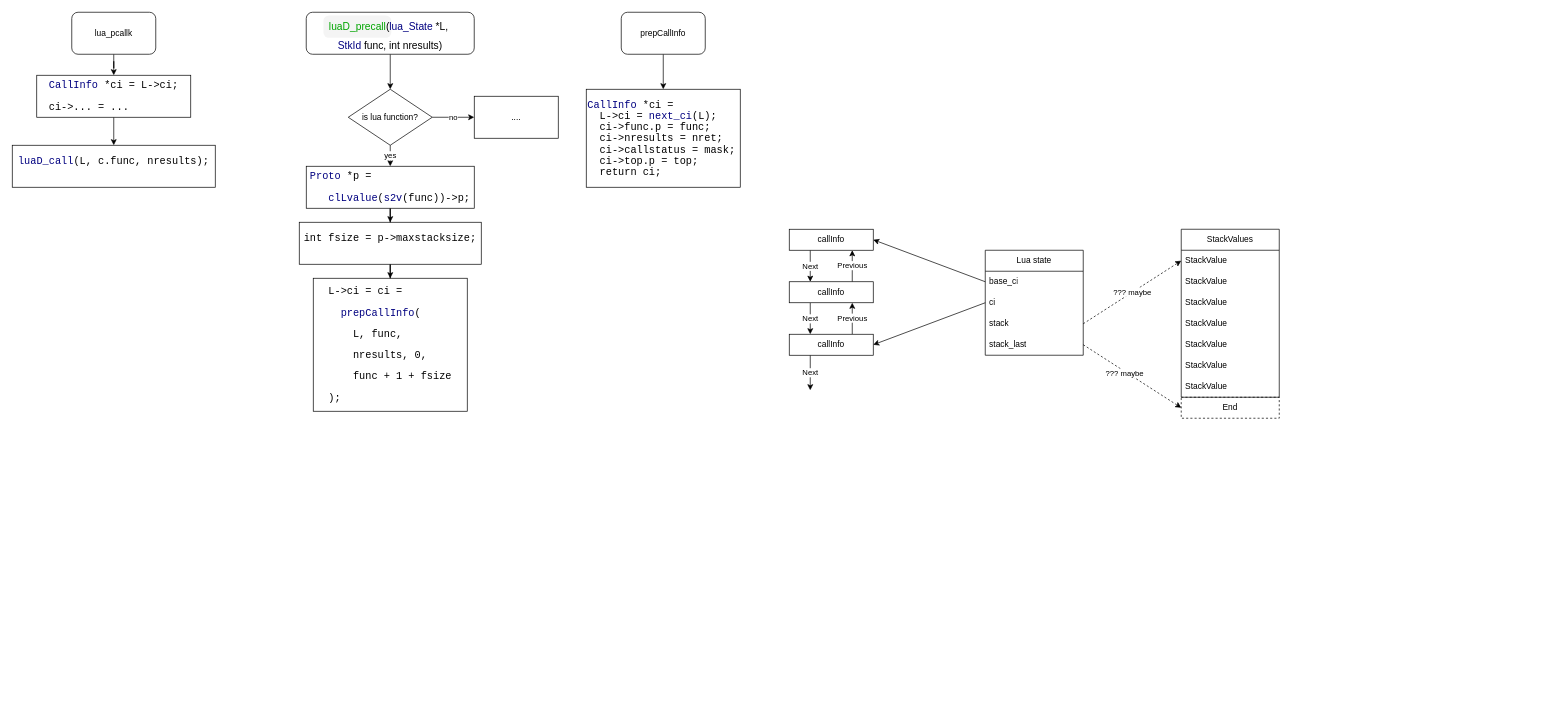
JE-FH/LVM keeps this draw.io diagram as lua-notes.drawio. Above is the earlier version. Source tidied: cells renumbered, new cells numbered last; positions are measured from the earlier drawing's top-left corner, leaving out a move shared by most shapes. Both pictures are drawn from the tidied source at 70%, with x=0, y=0 at pixel (12, 12).
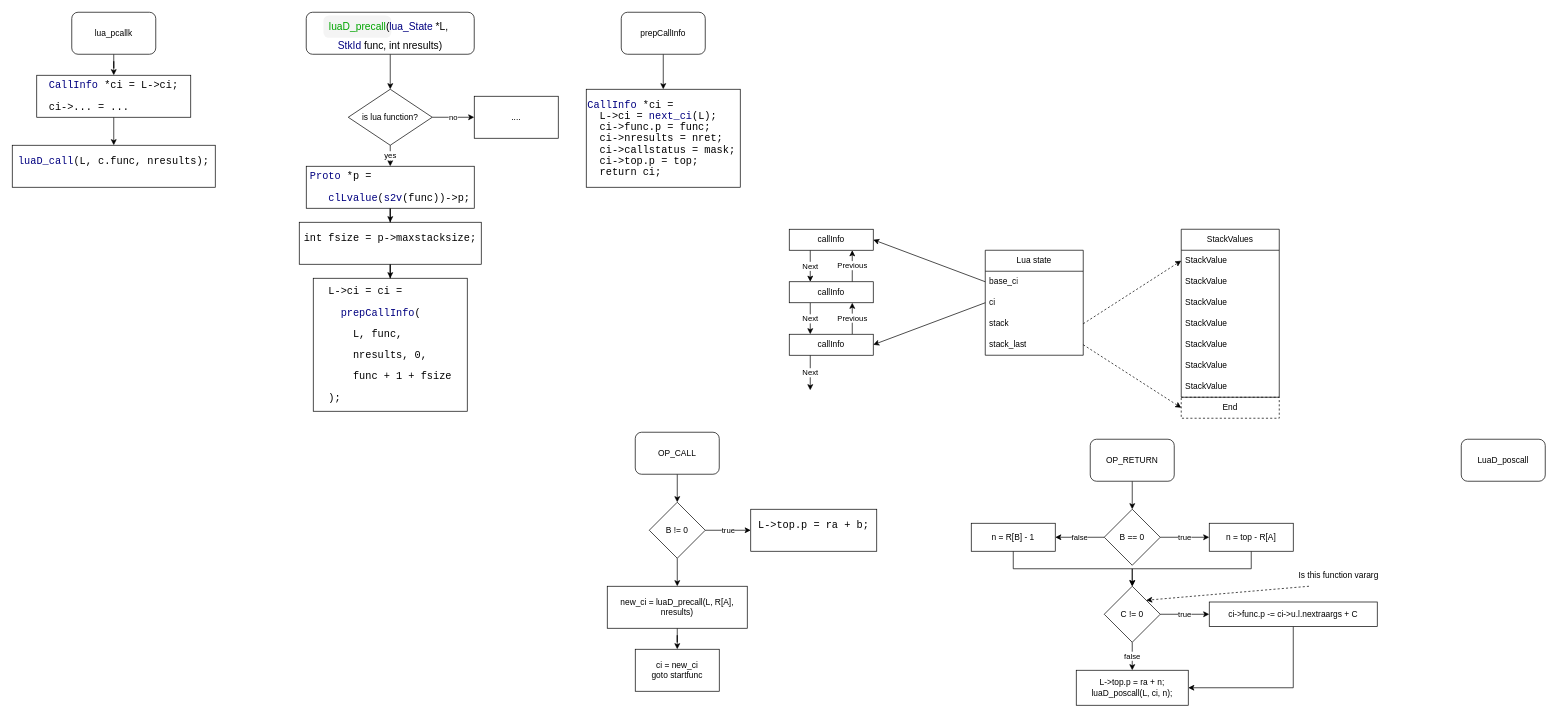
After the change.

Unchanged cells that the change refers to:
```xml
<mxCell id="32" value="stack" style="text;strokeColor=none;fillColor=none;align=left;verticalAlign=middle;spacingLeft=4;spacingRight=4;overflow=hidden;points=[[0,0.5],[1,0.5]];portConstraint=eastwest;whiteSpace=wrap;html=1;" parent="29" vertex="1">
  <mxGeometry y="90" width="140" height="30" as="geometry" />
</mxCell>
<mxCell id="37" value="StackValue" style="text;strokeColor=none;fillColor=none;align=left;verticalAlign=middle;spacingLeft=4;spacingRight=4;overflow=hidden;points=[[0,0.5],[1,0.5]];portConstraint=eastwest;whiteSpace=wrap;html=1;" parent="36" vertex="1">
  <mxGeometry y="30" width="140" height="30" as="geometry" />
</mxCell>
<mxCell id="46" style="rounded=0;jettySize=auto;html=1;exitX=1;exitY=0.5;exitDx=0;exitDy=0;entryX=0;entryY=0.5;entryDx=0;entryDy=0;dashed=1;" parent="1" edge="1" source="33" target="45">
  <mxGeometry relative="1" as="geometry" />
</mxCell>
```

Diff of the diagram source:
```diff
@@
-    <mxCell id="44" value="??? maybe" style="rounded=0;jettySize=auto;html=1;exitX=1;exitY=0.5;exitDx=0;exitDy=0;entryX=0;entryY=0.5;entryDx=0;entryDy=0;dashed=1;" parent="1" edge="1" source="32" target="37">
+    <mxCell id="44" style="rounded=0;jettySize=auto;html=1;exitX=1;exitY=0.5;exitDx=0;exitDy=0;entryX=0;entryY=0.5;entryDx=0;entryDy=0;dashed=1;" parent="1" edge="1" source="32" target="37">
       <mxGeometry relative="1" as="geometry" />
     </mxCell>
@@
-    <mxCell id="47" value="??? maybe" style="edgeLabel;html=1;align=center;verticalAlign=middle;" parent="46" vertex="1">
-      <mxGeometry x="-0.15" y="-2" relative="1" as="geometry" />
-    </mxCell>
+    <mxCell id="48" style="edgeStyle=orthogonalEdgeStyle;rounded=0;jettySize=auto;html=1;" parent="1" edge="1" source="49" target="54">
+      <mxGeometry relative="1" as="geometry" />
+    </mxCell>
+    <mxCell id="49" value="OP_CALL" style="rounded=1;whiteSpace=wrap;html=1;" parent="1" vertex="1">
+      <mxGeometry x="890" y="600" width="120" height="60" as="geometry" />
+    </mxCell>
+    <mxCell id="50" style="edgeStyle=orthogonalEdgeStyle;rounded=0;jettySize=auto;html=1;" parent="1" edge="1" source="51" target="61">
+      <mxGeometry relative="1" as="geometry" />
+    </mxCell>
+    <mxCell id="51" value="OP_RETURN" style="rounded=1;whiteSpace=wrap;html=1;" parent="1" vertex="1">
+      <mxGeometry x="1540" y="610" width="120" height="60" as="geometry" />
+    </mxCell>
+    <mxCell id="52" value="true" style="edgeStyle=orthogonalEdgeStyle;rounded=0;jettySize=auto;html=1;entryX=0;entryY=0.5;entryDx=0;entryDy=0;" parent="1" edge="1" source="54" target="55">
+      <mxGeometry relative="1" as="geometry" />
+    </mxCell>
+    <mxCell id="53" style="edgeStyle=orthogonalEdgeStyle;rounded=0;jettySize=auto;html=1;" parent="1" edge="1" source="54" target="57">
+      <mxGeometry relative="1" as="geometry" />
+    </mxCell>
+    <mxCell id="54" value="B != 0" style="rhombus;whiteSpace=wrap;html=1;" parent="1" vertex="1">
+      <mxGeometry x="910" y="700" width="80" height="80" as="geometry" />
+    </mxCell>
+    <mxCell id="55" value="&#10;&lt;pre style=&quot;font-size: 11pt; line-height: normal; color: rgb(0, 0, 0); font-style: normal; font-variant-ligatures: normal; font-variant-caps: normal; font-weight: 400; letter-spacing: normal; orphans: 2; text-align: justify; text-indent: 0px; text-transform: none; widows: 2; word-spacing: 0px; -webkit-text-stroke-width: 0px; text-decoration-thickness: initial; text-decoration-style: initial; text-decoration-color: initial;&quot;&gt;L-&amp;gt;top.p = ra + b;&lt;/pre&gt;&#10;&#10;" style="rounded=0;whiteSpace=wrap;html=1;" parent="1" vertex="1">
+      <mxGeometry x="1055" y="710" width="180" height="60" as="geometry" />
+    </mxCell>
+    <mxCell id="56" style="edgeStyle=orthogonalEdgeStyle;rounded=0;jettySize=auto;html=1;" parent="1" edge="1" source="57" target="58">
+      <mxGeometry relative="1" as="geometry" />
+    </mxCell>
+    <mxCell id="57" value="new_ci = luaD_precall(L, R[A], nresults)" style="rounded=0;whiteSpace=wrap;html=1;" parent="1" vertex="1">
+      <mxGeometry x="850" y="820" width="200" height="60" as="geometry" />
+    </mxCell>
+    <mxCell id="58" value="ci = new_ci&lt;div&gt;goto startfunc&lt;/div&gt;" style="rounded=0;whiteSpace=wrap;html=1;" parent="1" vertex="1">
+      <mxGeometry x="890" y="910" width="120" height="60" as="geometry" />
+    </mxCell>
+    <mxCell id="59" value="true" style="edgeStyle=orthogonalEdgeStyle;rounded=0;jettySize=auto;html=1;entryX=0;entryY=0.5;entryDx=0;entryDy=0;" parent="1" edge="1" source="61" target="63">
+      <mxGeometry relative="1" as="geometry" />
+    </mxCell>
+    <mxCell id="60" value="false" style="edgeStyle=orthogonalEdgeStyle;rounded=0;jettySize=auto;html=1;exitX=0;exitY=0.5;exitDx=0;exitDy=0;" parent="1" edge="1" source="61" target="65">
+      <mxGeometry relative="1" as="geometry" />
+    </mxCell>
+    <mxCell id="61" value="B == 0" style="rhombus;whiteSpace=wrap;html=1;" parent="1" vertex="1">
+      <mxGeometry x="1560" y="710" width="80" height="80" as="geometry" />
+    </mxCell>
+    <mxCell id="62" style="edgeStyle=orthogonalEdgeStyle;rounded=0;jettySize=auto;html=1;exitX=0.5;exitY=1;exitDx=0;exitDy=0;entryX=0.5;entryY=0;entryDx=0;entryDy=0;" parent="1" edge="1" source="63" target="70">
+      <mxGeometry relative="1" as="geometry" />
+    </mxCell>
+    <mxCell id="63" value="n = top - R[A]" style="rounded=0;whiteSpace=wrap;html=1;" parent="1" vertex="1">
+      <mxGeometry x="1710" y="730" width="120" height="40" as="geometry" />
+    </mxCell>
+    <mxCell id="64" style="edgeStyle=orthogonalEdgeStyle;rounded=0;jettySize=auto;html=1;exitX=0.5;exitY=1;exitDx=0;exitDy=0;entryX=0.5;entryY=0;entryDx=0;entryDy=0;" parent="1" edge="1" source="65" target="70">
+      <mxGeometry relative="1" as="geometry" />
+    </mxCell>
+    <mxCell id="65" value="n = R[B] - 1" style="rounded=0;whiteSpace=wrap;html=1;" parent="1" vertex="1">
+      <mxGeometry x="1370" y="730" width="120" height="40" as="geometry" />
+    </mxCell>
+    <mxCell id="66" value="true" style="edgeStyle=orthogonalEdgeStyle;rounded=0;jettySize=auto;html=1;exitX=1;exitY=0.5;exitDx=0;exitDy=0;" parent="1" edge="1" source="70" target="68">
+      <mxGeometry x="0.01" relative="1" as="geometry" />
+    </mxCell>
+    <mxCell id="67" style="edgeStyle=orthogonalEdgeStyle;rounded=0;jettySize=auto;html=1;entryX=1;entryY=0.5;entryDx=0;entryDy=0;exitX=0.5;exitY=1;exitDx=0;exitDy=0;" parent="1" edge="1" source="68" target="73">
+      <mxGeometry relative="1" as="geometry" />
+    </mxCell>
+    <mxCell id="68" value="ci-&amp;gt;func.p -= ci-&amp;gt;u.l.nextraargs + C" style="rounded=0;whiteSpace=wrap;html=1;" parent="1" vertex="1">
+      <mxGeometry x="1710" y="842.5" width="240" height="35" as="geometry" />
+    </mxCell>
+    <mxCell id="69" value="false" style="edgeStyle=orthogonalEdgeStyle;rounded=0;jettySize=auto;html=1;entryX=0.5;entryY=0;entryDx=0;entryDy=0;" parent="1" edge="1" source="70" target="73">
+      <mxGeometry relative="1" as="geometry" />
+    </mxCell>
+    <mxCell id="70" value="C != 0" style="rhombus;whiteSpace=wrap;html=1;" parent="1" vertex="1">
+      <mxGeometry x="1560" y="820" width="80" height="80" as="geometry" />
+    </mxCell>
+    <mxCell id="71" style="rounded=0;jettySize=auto;html=1;exitX=0.25;exitY=1;exitDx=0;exitDy=0;dashed=1;entryX=1;entryY=0;entryDx=0;entryDy=0;" parent="1" edge="1" source="72" target="70">
+      <mxGeometry relative="1" as="geometry" />
+    </mxCell>
+    <mxCell id="72" value="Is this function vararg" style="text;html=1;align=center;verticalAlign=middle;whiteSpace=wrap;rounded=0;" parent="1" vertex="1">
+      <mxGeometry x="1810" y="790" width="170" height="30" as="geometry" />
+    </mxCell>
+    <mxCell id="73" value="L-&amp;gt;top.p = ra + n;&lt;div&gt;luaD_poscall(L, ci, n);&lt;br&gt;&lt;/div&gt;" style="rounded=0;whiteSpace=wrap;html=1;" parent="1" vertex="1">
+      <mxGeometry x="1520" y="940" width="160" height="50" as="geometry" />
+    </mxCell>
+    <mxCell id="74" value="LuaD_poscall" style="rounded=1;whiteSpace=wrap;html=1;" parent="1" vertex="1">
+      <mxGeometry x="2070" y="610" width="120" height="60" as="geometry" />
+    </mxCell>
```
